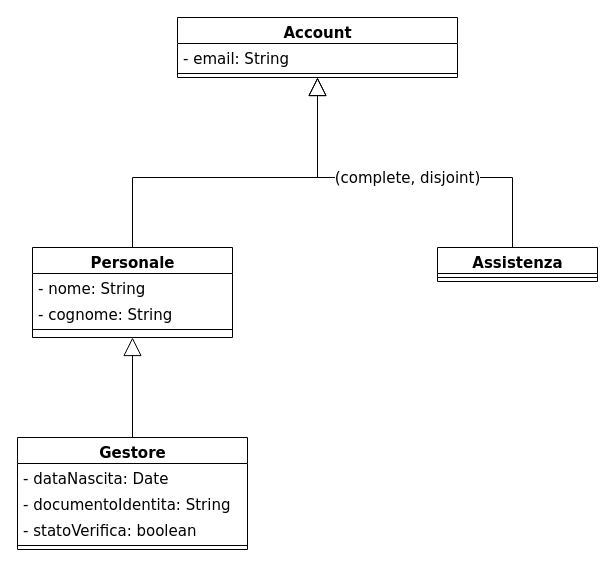
Before: page "Account" (2 of 6) of analisi/UML_classi.drawio in Marco-Burattoni/Progetto-ids, a draw.io diagram. Source tidied: cells renumbered, new cells numbered last; positions are measured from the earlier drawing's top-left corner, leaving out a move shared by most shapes. Both pictures are drawn from the tidied source at 100%, with x=0, y=0 at pixel (17, 17).
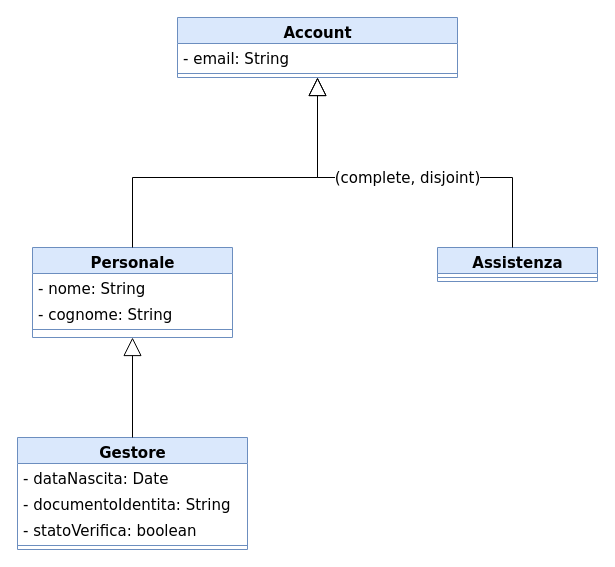
After the change.

What changed in the source:
```diff
@@
-    <mxCell id="2" value="Personale" style="swimlane;html=1;fontStyle=1;align=center;verticalAlign=top;horizontal=1;startSize=26;swimlaneFillColor=#ffffff;rounded=0;shadow=0;comic=0;labelBackgroundColor=none;strokeWidth=1;fillColor=none;fontFamily=Verdana;fontSize=15;" parent="1" vertex="1">
+    <mxCell id="2" value="Personale" style="swimlane;html=1;fontStyle=1;align=center;verticalAlign=top;horizontal=1;startSize=26;swimlaneFillColor=#ffffff;rounded=0;shadow=0;comic=0;labelBackgroundColor=none;strokeWidth=1;fillColor=#DAE8FC;fontFamily=Verdana;fontSize=15;strokeColor=#6C8EBF;" parent="1" vertex="1">
       <mxGeometry x="15" y="230" width="200" height="90" as="geometry" />
     </mxCell>
@@
-    <mxCell id="5" style="line;html=1;strokeWidth=1;fillColor=none;align=left;verticalAlign=middle;spacingTop=-1;spacingLeft=3;spacingRight=3;labelPosition=right;fontSize=15;fontFamily=Verdana;" parent="2" vertex="1">
+    <mxCell id="5" style="line;html=1;strokeWidth=1;fillColor=none;align=left;verticalAlign=middle;spacingTop=-1;spacingLeft=3;spacingRight=3;labelPosition=right;fontSize=15;fontFamily=Verdana;strokeColor=#6C8EBF;" parent="2" vertex="1">
       <mxGeometry y="78" width="200" height="8" as="geometry" />
     </mxCell>
-    <mxCell id="6" value="Gestore" style="swimlane;html=1;fontStyle=1;align=center;verticalAlign=top;horizontal=1;startSize=26;swimlaneFillColor=#ffffff;rounded=0;shadow=0;comic=0;labelBackgroundColor=none;strokeWidth=1;fillColor=none;fontFamily=Verdana;fontSize=15;" parent="1" vertex="1">
+    <mxCell id="6" value="Gestore" style="swimlane;html=1;fontStyle=1;align=center;verticalAlign=top;horizontal=1;startSize=26;swimlaneFillColor=#ffffff;rounded=0;shadow=0;comic=0;labelBackgroundColor=none;strokeWidth=1;fillColor=#DAE8FC;fontFamily=Verdana;fontSize=15;strokeColor=#6C8EBF;" parent="1" vertex="1">
       <mxGeometry y="420" width="230" height="112" as="geometry" />
     </mxCell>
@@
-    <mxCell id="10" style="line;html=1;strokeWidth=1;fillColor=none;align=left;verticalAlign=middle;spacingTop=-1;spacingLeft=3;spacingRight=3;labelPosition=right;fontSize=15;fontFamily=Verdana;" parent="6" vertex="1">
+    <mxCell id="10" style="line;html=1;strokeWidth=1;fillColor=none;align=left;verticalAlign=middle;spacingTop=-1;spacingLeft=3;spacingRight=3;labelPosition=right;fontSize=15;fontFamily=Verdana;strokeColor=#6C8EBF;" parent="6" vertex="1">
       <mxGeometry y="104" width="230" height="8" as="geometry" />
     </mxCell>
-    <mxCell id="11" value="Account" style="swimlane;html=1;fontStyle=1;align=center;verticalAlign=top;horizontal=1;startSize=26;swimlaneFillColor=#ffffff;rounded=0;shadow=0;comic=0;labelBackgroundColor=none;strokeWidth=1;fillColor=none;fontFamily=Verdana;fontSize=15;" parent="1" vertex="1">
+    <mxCell id="11" value="Account" style="swimlane;html=1;fontStyle=1;align=center;verticalAlign=top;horizontal=1;startSize=26;swimlaneFillColor=#ffffff;rounded=0;shadow=0;comic=0;labelBackgroundColor=none;strokeWidth=1;fillColor=#DAE8FC;fontFamily=Verdana;fontSize=15;strokeColor=#6C8EBF;" parent="1" vertex="1">
       <mxGeometry x="160" width="280" height="60" as="geometry" />
     </mxCell>
@@
-    <mxCell id="13" style="line;html=1;strokeWidth=1;fillColor=none;align=left;verticalAlign=middle;spacingTop=-1;spacingLeft=3;spacingRight=3;labelPosition=right;fontSize=15;fontFamily=Verdana;" parent="11" vertex="1">
+    <mxCell id="13" style="line;html=1;strokeWidth=1;fillColor=none;align=left;verticalAlign=middle;spacingTop=-1;spacingLeft=3;spacingRight=3;labelPosition=right;fontSize=15;fontFamily=Verdana;strokeColor=#6C8EBF;" parent="11" vertex="1">
       <mxGeometry y="52" width="280" height="8" as="geometry" />
     </mxCell>
-    <mxCell id="14" value="Assistenza" style="swimlane;html=1;fontStyle=1;align=center;verticalAlign=top;horizontal=1;startSize=26;swimlaneFillColor=#ffffff;rounded=0;shadow=0;comic=0;labelBackgroundColor=none;strokeWidth=1;fillColor=none;fontFamily=Verdana;fontSize=15;" parent="1" vertex="1">
+    <mxCell id="14" value="Assistenza" style="swimlane;html=1;fontStyle=1;align=center;verticalAlign=top;horizontal=1;startSize=26;swimlaneFillColor=#ffffff;rounded=0;shadow=0;comic=0;labelBackgroundColor=none;strokeWidth=1;fillColor=#DAE8FC;fontFamily=Verdana;fontSize=15;strokeColor=#6C8EBF;" parent="1" vertex="1">
       <mxGeometry x="420" y="230" width="160" height="34" as="geometry" />
     </mxCell>
-    <mxCell id="15" style="line;html=1;strokeWidth=1;fillColor=none;align=left;verticalAlign=middle;spacingTop=-1;spacingLeft=3;spacingRight=3;labelPosition=right;fontSize=15;fontFamily=Verdana;" parent="14" vertex="1">
+    <mxCell id="15" style="line;html=1;strokeWidth=1;fillColor=none;align=left;verticalAlign=middle;spacingTop=-1;spacingLeft=3;spacingRight=3;labelPosition=right;fontSize=15;fontFamily=Verdana;strokeColor=#6C8EBF;" parent="14" vertex="1">
       <mxGeometry y="26" width="160" height="8" as="geometry" />
     </mxCell>
```
